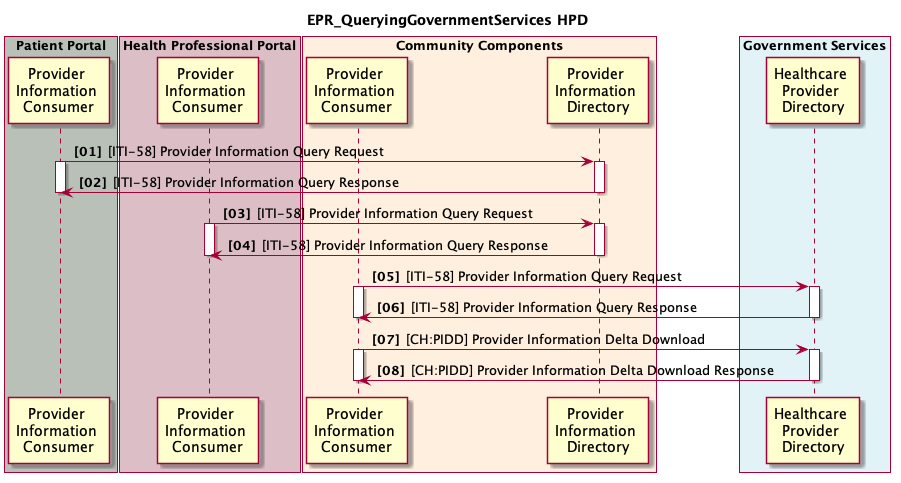
The PlantUML diagram 1_02_EPR_QueryingGovernmentServicesHPD.plantuml.png in ahdis/ch-epr-seqdiag, before a commit.
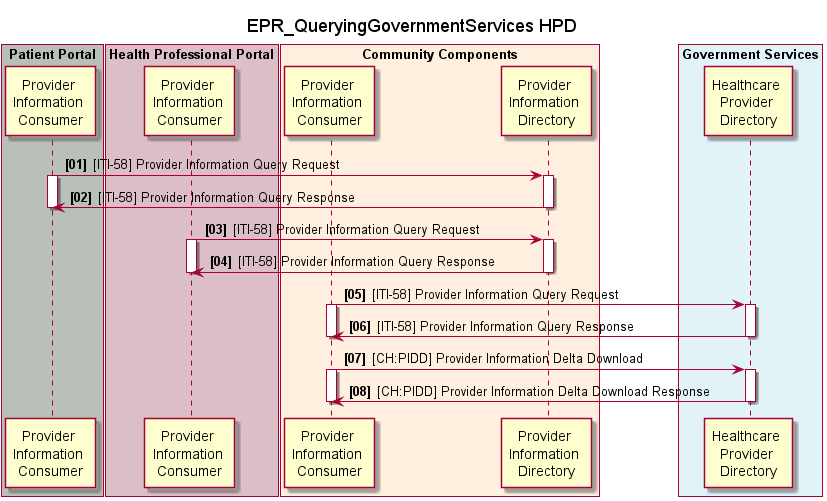
Later version of the same file.

Change to the diagram source:
```diff
@@ -1,6 +1,5 @@
 @startuml
-skinparam Padding 1
-autonumber 1 1 "<b>[00]"
+!include design.plantuml.txt
 
 title EPR_QueryingGovernmentServices HPD
 
```
